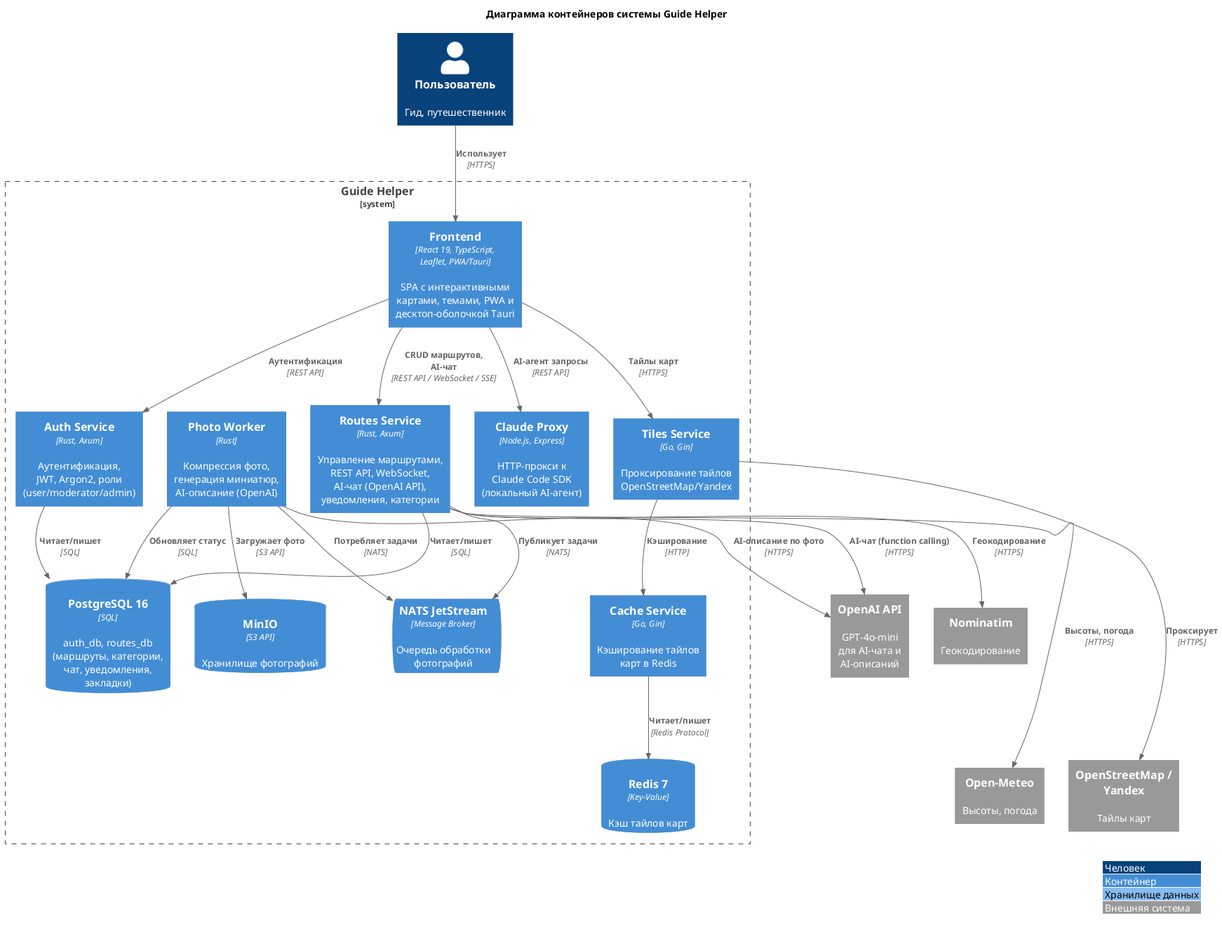
This is doc/latex/images/c4-container.png from jaennil/guide_helper, a PlantUML export, as it was before one commit.
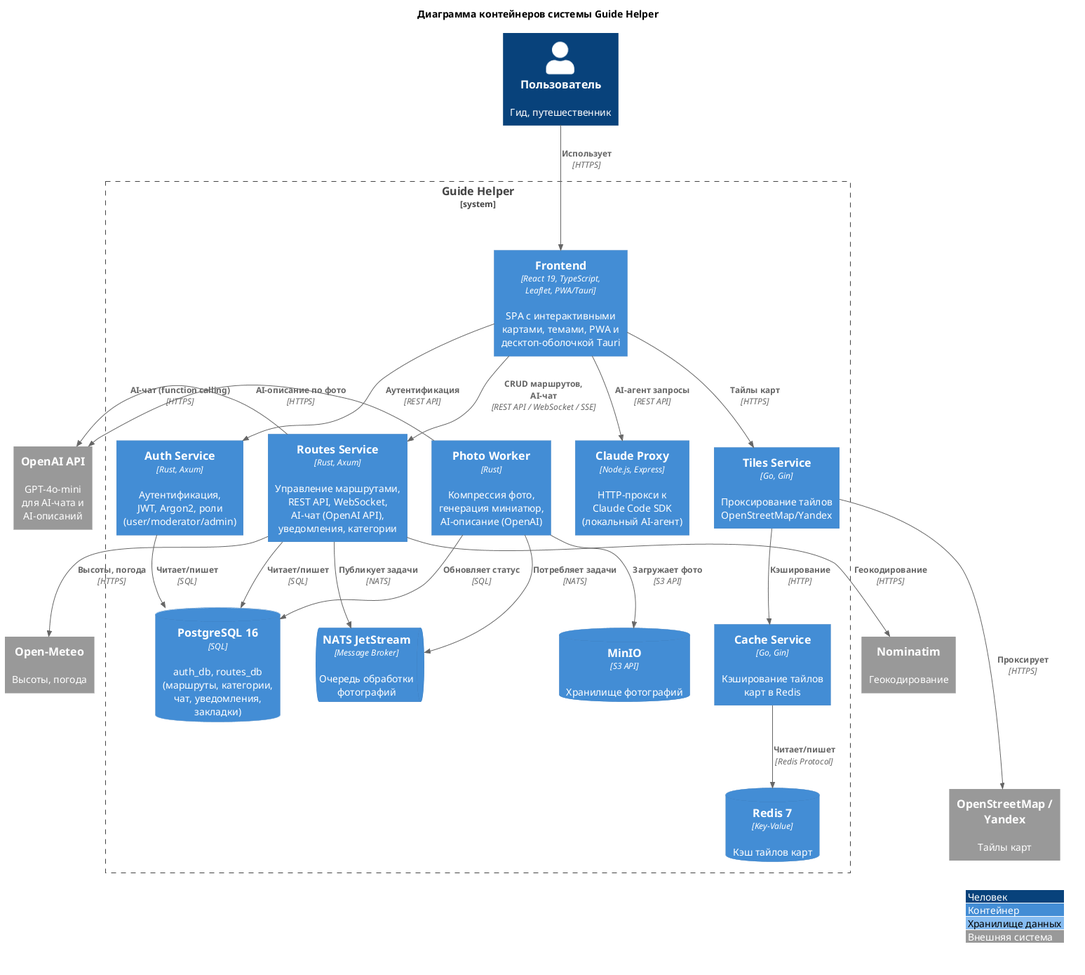
The same file after the commit.

Commit message:
docs: move external systems left/right of system boundary in c4-container

Diff of the diagram source:
```diff
@@ -22,14 +22,10 @@
   ContainerDb(minio, "MinIO", "S3 API", "Хранилище фотографий")
 }
 
-together {
-  System_Ext(openai, "OpenAI API", "GPT-4o-mini\nдля AI-чата и\nAI-описаний")
-  System_Ext(nominatim, "Nominatim", "Геокодирование")
-}
-together {
-  System_Ext(openmeteo, "Open-Meteo", "Высоты, погода")
-  System_Ext(osm, "OpenStreetMap / Yandex", "Тайлы карт")
-}
+System_Ext(openai, "OpenAI API", "GPT-4o-mini\nдля AI-чата и\nAI-описаний")
+System_Ext(openmeteo, "Open-Meteo", "Высоты, погода")
+System_Ext(nominatim, "Nominatim", "Геокодирование")
+System_Ext(osm, "OpenStreetMap / Yandex", "Тайлы карт")
 
 Rel(user, frontend, "Использует", "HTTPS")
 Rel(frontend, auth, "Аутентификация", "REST API")
@@ -53,9 +49,13 @@
 Rel(routes, nominatim, "Геокодирование", "HTTPS")
 Rel(routes, openai, "AI-чат (function calling)", "HTTPS")
 
+Lay_L(auth, openai)
+Lay_L(postgres, openmeteo)
 Lay_D(openai, openmeteo)
+
+Lay_R(tiles, nominatim)
+Lay_R(tiles, osm)
 Lay_D(nominatim, osm)
-Lay_R(openai, nominatim)
 
 legend right
   |<#08427B> <color:white>Человек</color> |
```
